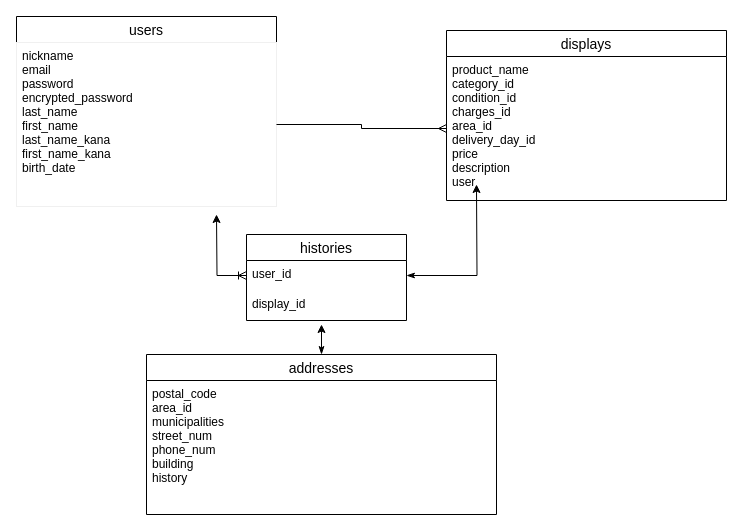
Earlier version of the draw.io diagram furima.dio (isseiyasuda/furima-31961). Source tidied: cells renumbered, new cells numbered last; positions are measured from the earlier drawing's top-left corner, leaving out a move shared by most shapes. Both pictures are drawn from the tidied source at 100%, with x=0, y=0 at pixel (16, 16).
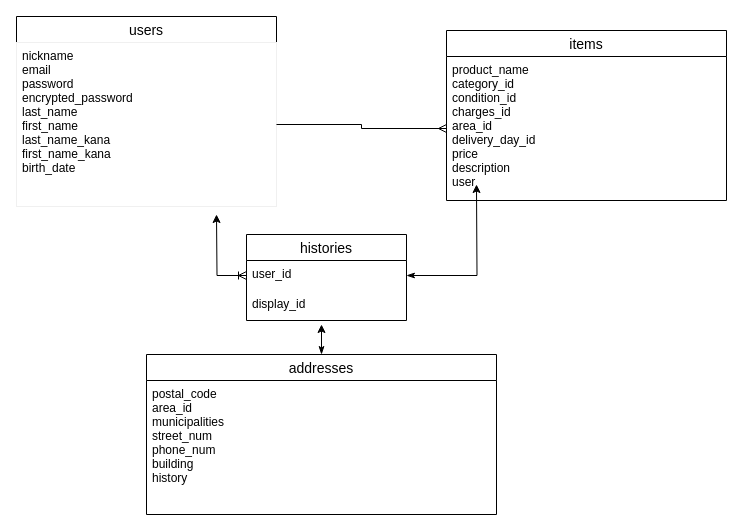
The same page after the edit.

The edit, as a diff of the source:
```diff
@@
 <mxGraphModel>
   <root>
     <mxCell id="0" />
     <mxCell id="1" parent="0" />
     <mxCell id="2" value="users" style="swimlane;fontStyle=0;horizontal=1;startSize=26;align=center;fontSize=14;" parent="1" vertex="1">
       <mxGeometry width="260" height="190" as="geometry" />
     </mxCell>
     <mxCell id="3" value="nickname&#10;email&#10;password&#10;encrypted_password&#10;last_name&#10;first_name&#10;last_name_kana&#10;first_name_kana&#10;birth_date&#10;" style="text;fillColor=none;spacingLeft=4;spacingRight=4;overflow=hidden;points=[[0,0.5],[1,0.5]];portConstraint=eastwest;fontSize=12;strokeColor=#f0f0f0;" parent="2" vertex="1">
       <mxGeometry y="26" width="260" height="164" as="geometry" />
     </mxCell>
-    <mxCell id="4" value="displays" style="swimlane;fontStyle=0;horizontal=1;startSize=26;align=center;fontSize=14;" parent="1" vertex="1">
+    <mxCell id="4" value="items" style="swimlane;fontStyle=0;horizontal=1;startSize=26;align=center;fontSize=14;" parent="1" vertex="1">
       <mxGeometry x="430" y="14" width="280" height="170" as="geometry" />
     </mxCell>
     <mxCell id="5" value="product_name&#10;category_id&#10;condition_id&#10;charges_id&#10;area_id&#10;delivery_day_id&#10;price&#10;description&#10;user" style="text;strokeColor=none;fillColor=none;spacingLeft=4;spacingRight=4;overflow=hidden;points=[[0,0.5],[1,0.5]];portConstraint=eastwest;fontSize=12;" parent="4" vertex="1">
       <mxGeometry y="26" width="280" height="144" as="geometry" />
     </mxCell>
     <mxCell id="6" style="edgeStyle=orthogonalEdgeStyle;rounded=0;jettySize=auto;html=1;exitX=0.5;exitY=0;exitDx=0;exitDy=0;startArrow=classicThin;startFill=1;" parent="1" edge="1" source="7">
       <mxGeometry relative="1" as="geometry">
         <mxPoint x="305" y="308" as="targetPoint" />
       </mxGeometry>
     </mxCell>
     <mxCell id="7" value="addresses" style="swimlane;fontStyle=0;horizontal=1;startSize=26;align=center;fontSize=14;" parent="1" vertex="1">
       <mxGeometry x="130" y="338" width="350" height="160" as="geometry" />
     </mxCell>
     <mxCell id="8" value="postal_code&#10;area_id&#10;municipalities&#10;street_num&#10;phone_num&#10;building&#10;history" style="text;strokeColor=none;fillColor=none;spacingLeft=4;spacingRight=4;overflow=hidden;fontSize=12;" parent="7" vertex="1">
       <mxGeometry y="26" width="350" height="134" as="geometry" />
     </mxCell>
     <mxCell id="9" style="edgeStyle=orthogonalEdgeStyle;rounded=0;jettySize=auto;html=1;entryX=0;entryY=0.5;entryDx=0;entryDy=0;endArrow=ERmany;endFill=0;" parent="1" edge="1" source="3" target="5">
       <mxGeometry relative="1" as="geometry" />
     </mxCell>
     <mxCell id="10" value="histories" style="swimlane;fontStyle=0;horizontal=1;startSize=26;align=center;fontSize=14;" parent="1" vertex="1">
       <mxGeometry x="230" y="218" width="160" height="86" as="geometry" />
     </mxCell>
     <mxCell id="11" value="user_id" style="text;fillColor=none;spacingLeft=4;spacingRight=4;overflow=hidden;points=[[0,0.5],[1,0.5]];portConstraint=eastwest;fontSize=12;" parent="10" vertex="1">
       <mxGeometry y="26" width="160" height="30" as="geometry" />
     </mxCell>
     <mxCell id="12" value="display_id" style="text;strokeColor=none;fillColor=none;spacingLeft=4;spacingRight=4;overflow=hidden;fontSize=12;" parent="10" vertex="1">
       <mxGeometry y="56" width="160" height="30" as="geometry" />
     </mxCell>
     <mxCell id="13" style="edgeStyle=orthogonalEdgeStyle;rounded=0;jettySize=auto;html=1;exitX=0;exitY=0.5;exitDx=0;exitDy=0;startArrow=ERoneToMany;startFill=0;" parent="1" edge="1" source="11">
       <mxGeometry relative="1" as="geometry">
         <mxPoint x="200" y="198" as="targetPoint" />
       </mxGeometry>
     </mxCell>
     <mxCell id="14" style="edgeStyle=orthogonalEdgeStyle;rounded=0;jettySize=auto;html=1;exitX=1;exitY=0.5;exitDx=0;exitDy=0;startArrow=classicThin;startFill=1;" parent="1" edge="1" source="11">
       <mxGeometry relative="1" as="geometry">
         <mxPoint x="460" y="168" as="targetPoint" />
       </mxGeometry>
     </mxCell>
   </root>
 </mxGraphModel>
```
